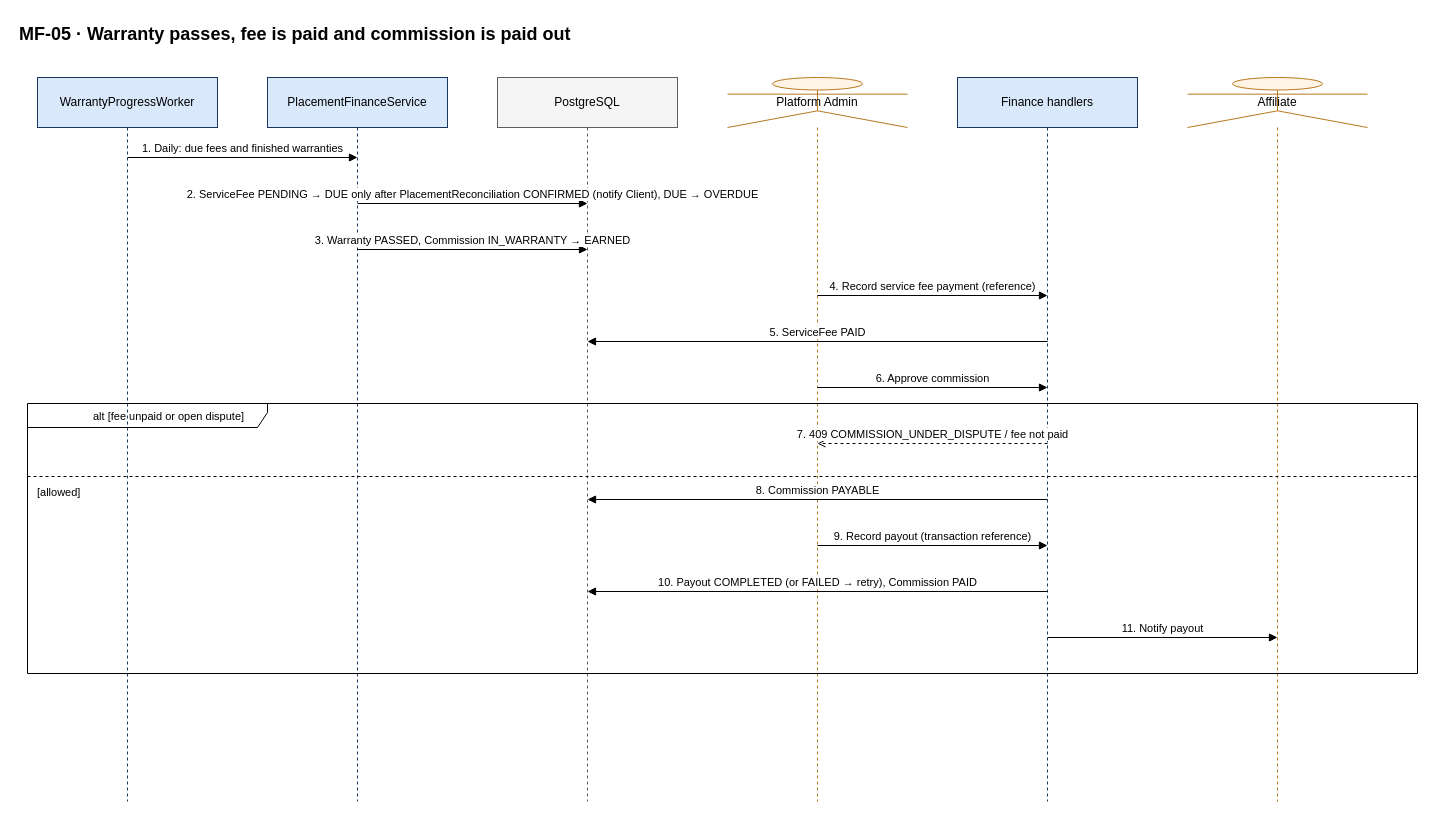
Above: docs/diagrams/sequences/source/seq-mf05-warranty-fee-commission.drawio in hoangqui794/hr-connect (draw.io), before the change. Source tidied: cells renumbered, new cells numbered last; positions are measured from the earlier drawing's top-left corner, leaving out a move shared by most shapes. Both pictures are drawn from the tidied source at 100%, with x=0, y=0 at pixel (17, 17).
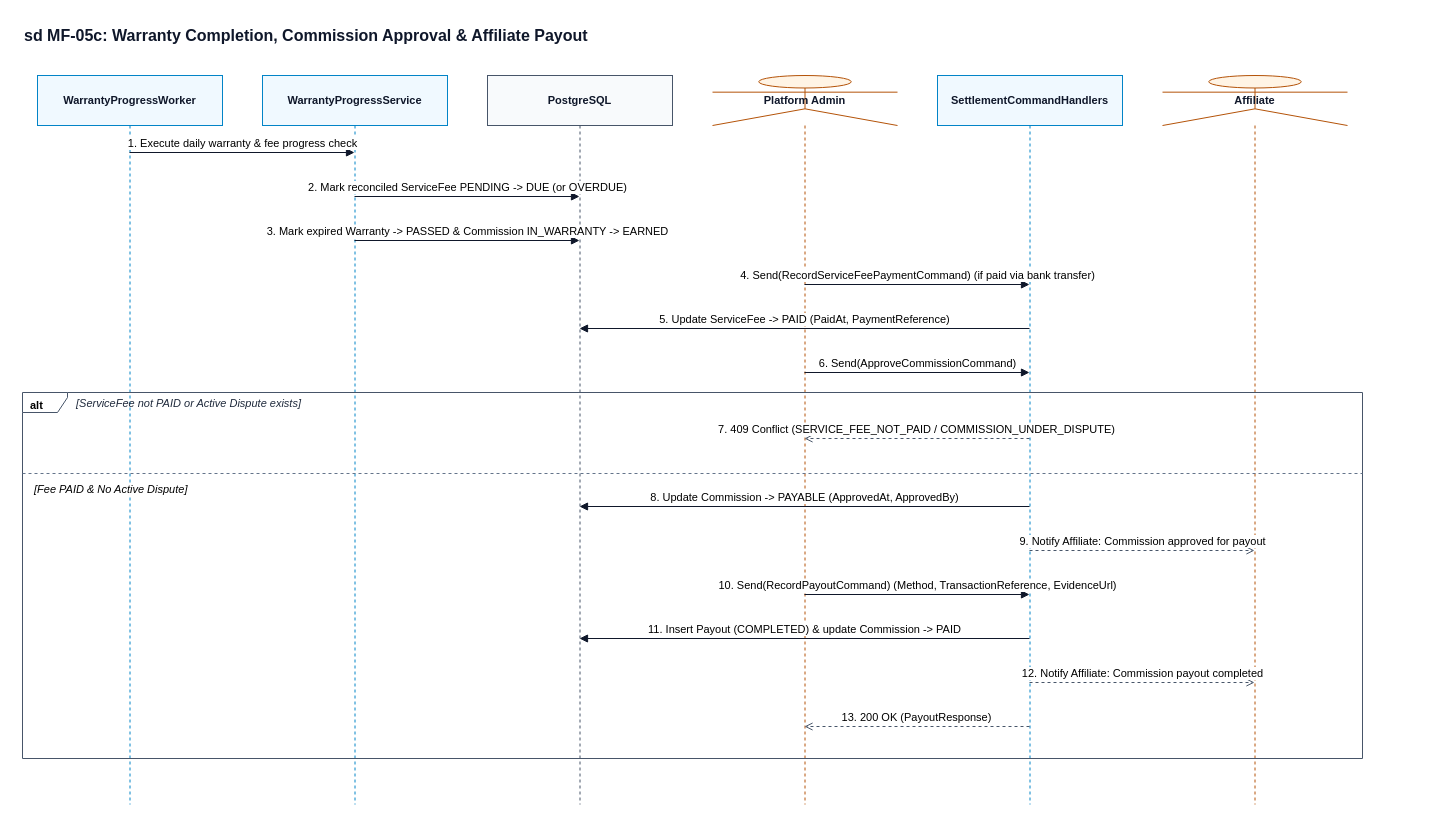
Above is the later version.

Diff of the diagram source:
```diff
@@
-    <mxCell id="2" value="MF-05 · Warranty passes, fee is paid and commission is paid out" style="text;html=1;fontSize=18;fontStyle=1;align=left;" parent="1" vertex="1">
-      <mxGeometry width="1420" height="30" as="geometry" />
+    <mxCell id="2" value="sd MF-05c: Warranty Completion, Commission Approval &amp; Affiliate Payout" style="text;html=1;fontSize=16;fontStyle=1;align=left;fontFamily=Helvetica;fontColor=#0F172A;" parent="1" vertex="1">
+      <mxGeometry x="5" y="2" width="1350" height="28" as="geometry" />
     </mxCell>
-    <mxCell id="3" value="WarrantyProgressWorker" style="shape=umlLifeline;perimeter=lifelinePerimeter;whiteSpace=wrap;html=1;size=50;fillColor=#DAE8FC;strokeColor=#1B365D;" parent="1" vertex="1">
-      <mxGeometry x="20" y="60" width="180" height="724" as="geometry" />
+    <mxCell id="3" value="WarrantyProgressWorker" style="shape=umlLifeline;perimeter=lifelinePerimeter;whiteSpace=wrap;html=1;size=50;fillColor=#F0F9FF;strokeColor=#0284C7;fontStyle=1;fontSize=11;fontFamily=Helvetica;fontColor=#0F172A;" parent="1" vertex="1">
+      <mxGeometry x="20" y="58" width="185" height="729" as="geometry" />
     </mxCell>
-    <mxCell id="4" value="PlacementFinanceService" style="shape=umlLifeline;perimeter=lifelinePerimeter;whiteSpace=wrap;html=1;size=50;fillColor=#DAE8FC;strokeColor=#1B365D;" parent="1" vertex="1">
-      <mxGeometry x="250" y="60" width="180" height="724" as="geometry" />
-    </mxCell>
+    <mxCell id="22" value="WarrantyProgressService" style="shape=umlLifeline;perimeter=lifelinePerimeter;whiteSpace=wrap;html=1;size=50;fillColor=#F0F9FF;strokeColor=#0284C7;fontStyle=1;fontSize=11;fontFamily=Helvetica;fontColor=#0F172A;" parent="1" vertex="1">
+      <mxGeometry x="245" y="58" width="185" height="729" as="geometry" />
+    </mxCell>
-    <mxCell id="5" value="PostgreSQL" style="shape=umlLifeline;perimeter=lifelinePerimeter;whiteSpace=wrap;html=1;size=50;fillColor=#F5F5F5;strokeColor=#5F5E5A;" parent="1" vertex="1">
-      <mxGeometry x="480" y="60" width="180" height="724" as="geometry" />
+    <mxCell id="5" value="PostgreSQL" style="shape=umlLifeline;perimeter=lifelinePerimeter;whiteSpace=wrap;html=1;size=50;fillColor=#F8FAFC;strokeColor=#475569;fontStyle=1;fontSize=11;fontFamily=Helvetica;fontColor=#0F172A;" parent="1" vertex="1">
+      <mxGeometry x="470" y="58" width="185" height="729" as="geometry" />
     </mxCell>
-    <mxCell id="6" value="Platform Admin" style="shape=umlLifeline;participant=umlActor;perimeter=lifelinePerimeter;whiteSpace=wrap;html=1;size=50;fillColor=#FFF4E5;strokeColor=#B7791F;" parent="1" vertex="1">
-      <mxGeometry x="710" y="60" width="180" height="724" as="geometry" />
+    <mxCell id="6" value="Platform Admin" style="shape=umlLifeline;participant=umlActor;perimeter=lifelinePerimeter;whiteSpace=wrap;html=1;size=50;fillColor=#FFF4E5;strokeColor=#B45309;fontStyle=1;fontSize=11;fontFamily=Helvetica;fontColor=#0F172A;" parent="1" vertex="1">
+      <mxGeometry x="695" y="58" width="185" height="729" as="geometry" />
     </mxCell>
-    <mxCell id="7" value="Finance handlers" style="shape=umlLifeline;perimeter=lifelinePerimeter;whiteSpace=wrap;html=1;size=50;fillColor=#DAE8FC;strokeColor=#1B365D;" parent="1" vertex="1">
-      <mxGeometry x="940" y="60" width="180" height="724" as="geometry" />
+    <mxCell id="7" value="SettlementCommandHandlers" style="shape=umlLifeline;perimeter=lifelinePerimeter;whiteSpace=wrap;html=1;size=50;fillColor=#F0F9FF;strokeColor=#0284C7;fontStyle=1;fontSize=11;fontFamily=Helvetica;fontColor=#0F172A;" parent="1" vertex="1">
+      <mxGeometry x="920" y="58" width="185" height="729" as="geometry" />
     </mxCell>
-    <mxCell id="8" value="Affiliate" style="shape=umlLifeline;participant=umlActor;perimeter=lifelinePerimeter;whiteSpace=wrap;html=1;size=50;fillColor=#FFF4E5;strokeColor=#B7791F;" parent="1" vertex="1">
-      <mxGeometry x="1170" y="60" width="180" height="724" as="geometry" />
+    <mxCell id="8" value="Affiliate" style="shape=umlLifeline;participant=umlActor;perimeter=lifelinePerimeter;whiteSpace=wrap;html=1;size=50;fillColor=#FFF4E5;strokeColor=#B45309;fontStyle=1;fontSize=11;fontFamily=Helvetica;fontColor=#0F172A;" parent="1" vertex="1">
+      <mxGeometry x="1145" y="58" width="185" height="729" as="geometry" />
     </mxCell>
-    <mxCell id="9" value="1. Daily: due fees and finished warranties" style="html=1;verticalAlign=bottom;endArrow=block;endFill=1;fontSize=11;labelBackgroundColor=#FFFFFF;" parent="1" edge="1">
-      <mxGeometry relative="1" as="geometry">
-        <mxPoint x="110" y="140" as="sourcePoint" />
-        <mxPoint x="340" y="140" as="targetPoint" />
-      </mxGeometry>
-    </mxCell>
-    <mxCell id="10" value="2. ServiceFee PENDING → DUE only after PlacementReconciliation CONFIRMED (notify Client), DUE → OVERDUE" style="html=1;verticalAlign=bottom;endArrow=block;endFill=1;fontSize=11;labelBackgroundColor=#FFFFFF;" parent="1" edge="1">
-      <mxGeometry relative="1" as="geometry">
-        <mxPoint x="340" y="186" as="sourcePoint" />
-        <mxPoint x="570" y="186" as="targetPoint" />
-      </mxGeometry>
-    </mxCell>
-    <mxCell id="11" value="3. Warranty PASSED, Commission IN_WARRANTY → EARNED" style="html=1;verticalAlign=bottom;endArrow=block;endFill=1;fontSize=11;labelBackgroundColor=#FFFFFF;" parent="1" edge="1">
-      <mxGeometry relative="1" as="geometry">
-        <mxPoint x="340" y="232" as="sourcePoint" />
-        <mxPoint x="570" y="232" as="targetPoint" />
-      </mxGeometry>
-    </mxCell>
-    <mxCell id="12" value="4. Record service fee payment (reference)" style="html=1;verticalAlign=bottom;endArrow=block;endFill=1;fontSize=11;labelBackgroundColor=#FFFFFF;" parent="1" edge="1">
-      <mxGeometry relative="1" as="geometry">
-        <mxPoint x="800" y="278" as="sourcePoint" />
-        <mxPoint x="1030" y="278" as="targetPoint" />
-      </mxGeometry>
-    </mxCell>
-    <mxCell id="13" value="5. ServiceFee PAID" style="html=1;verticalAlign=bottom;endArrow=block;endFill=1;fontSize=11;labelBackgroundColor=#FFFFFF;" parent="1" edge="1">
-      <mxGeometry relative="1" as="geometry">
-        <mxPoint x="1030" y="324" as="sourcePoint" />
-        <mxPoint x="570" y="324" as="targetPoint" />
-      </mxGeometry>
-    </mxCell>
-    <mxCell id="14" value="6. Approve commission" style="html=1;verticalAlign=bottom;endArrow=block;endFill=1;fontSize=11;labelBackgroundColor=#FFFFFF;" parent="1" edge="1">
-      <mxGeometry relative="1" as="geometry">
-        <mxPoint x="800" y="370" as="sourcePoint" />
-        <mxPoint x="1030" y="370" as="targetPoint" />
-      </mxGeometry>
-    </mxCell>
-    <mxCell id="15" value="7. 409 COMMISSION_UNDER_DISPUTE / fee not paid" style="html=1;verticalAlign=bottom;dashed=1;endArrow=open;fontSize=11;labelBackgroundColor=#FFFFFF;" parent="1" edge="1">
-      <mxGeometry relative="1" as="geometry">
-        <mxPoint x="1030" y="426" as="sourcePoint" />
-        <mxPoint x="800" y="426" as="targetPoint" />
-      </mxGeometry>
-    </mxCell>
-    <mxCell id="16" value="8. Commission PAYABLE" style="html=1;verticalAlign=bottom;endArrow=block;endFill=1;fontSize=11;labelBackgroundColor=#FFFFFF;" parent="1" edge="1">
-      <mxGeometry relative="1" as="geometry">
-        <mxPoint x="1030" y="482" as="sourcePoint" />
-        <mxPoint x="570" y="482" as="targetPoint" />
-      </mxGeometry>
-    </mxCell>
-    <mxCell id="17" value="9. Record payout (transaction reference)" style="html=1;verticalAlign=bottom;endArrow=block;endFill=1;fontSize=11;labelBackgroundColor=#FFFFFF;" parent="1" edge="1">
-      <mxGeometry relative="1" as="geometry">
-        <mxPoint x="800" y="528" as="sourcePoint" />
-        <mxPoint x="1030" y="528" as="targetPoint" />
-      </mxGeometry>
-    </mxCell>
-    <mxCell id="18" value="10. Payout COMPLETED (or FAILED → retry), Commission PAID" style="html=1;verticalAlign=bottom;endArrow=block;endFill=1;fontSize=11;labelBackgroundColor=#FFFFFF;" parent="1" edge="1">
-      <mxGeometry relative="1" as="geometry">
-        <mxPoint x="1030" y="574" as="sourcePoint" />
-        <mxPoint x="570" y="574" as="targetPoint" />
-      </mxGeometry>
-    </mxCell>
-    <mxCell id="19" value="11. Notify payout" style="html=1;verticalAlign=bottom;endArrow=block;endFill=1;fontSize=11;labelBackgroundColor=#FFFFFF;" parent="1" edge="1">
-      <mxGeometry relative="1" as="geometry">
-        <mxPoint x="1030" y="620" as="sourcePoint" />
-        <mxPoint x="1260" y="620" as="targetPoint" />
-      </mxGeometry>
-    </mxCell>
-    <mxCell id="20" value="alt [fee unpaid or open dispute]" style="shape=umlFrame;whiteSpace=wrap;html=1;width=240;height=24;boundedLbl=1;verticalAlign=top;align=left;spacingLeft=64;fontSize=11;fillColor=none;" parent="1" vertex="1">
-      <mxGeometry x="10" y="386" width="1390" height="270" as="geometry" />
-    </mxCell>
-    <mxCell id="21" value="[allowed]" style="line;strokeWidth=1;dashed=1;html=1;align=left;verticalAlign=top;spacingLeft=8;labelPosition=center;fontSize=11;fillColor=none;" parent="1" vertex="1">
-      <mxGeometry x="10" y="454" width="1390" height="10" as="geometry" />
-    </mxCell>
+    <mxCell id="23" value="alt" style="shape=umlFrame;whiteSpace=wrap;html=1;width=45;height=20;boundedLbl=1;verticalAlign=top;align=left;spacingLeft=6;fontStyle=1;fontSize=11;fontFamily=Helvetica;fillColor=none;strokeColor=#475569;" parent="1" vertex="1">
+      <mxGeometry x="5" y="375" width="1340" height="366" as="geometry" />
+    </mxCell>
+    <mxCell id="24" value="[ServiceFee not PAID or Active Dispute exists]" style="text;html=1;align=left;verticalAlign=middle;fontStyle=2;fontSize=11;fontFamily=Helvetica;fontColor=#1E293B;" parent="1" vertex="1">
+      <mxGeometry x="57" y="376" width="450" height="20" as="geometry" />
+    </mxCell>
+    <mxCell id="25" value="[Fee PAID &amp; No Active Dispute]" style="line;strokeWidth=1;dashed=1;html=1;align=left;verticalAlign=top;spacingLeft=10;labelPosition=center;fontStyle=2;fontSize=11;fontFamily=Helvetica;fillColor=none;strokeColor=#64748B;labelBackgroundColor=#FFFFFF;" parent="1" vertex="1">
+      <mxGeometry x="5" y="451" width="1340" height="10" as="geometry" />
+    </mxCell>
+    <mxCell id="26" value="1. Execute daily warranty &amp; fee progress check" style="html=1;verticalAlign=bottom;endArrow=block;endFill=1;strokeColor=#0F172A;fontSize=11;fontFamily=Helvetica;labelBackgroundColor=#FFFFFF;" parent="1" edge="1">
+      <mxGeometry relative="1" as="geometry">
+        <mxPoint x="112" y="135" as="sourcePoint" />
+        <mxPoint x="337" y="135" as="targetPoint" />
+      </mxGeometry>
+    </mxCell>
+    <mxCell id="27" value="2. Mark reconciled ServiceFee PENDING -&gt; DUE (or OVERDUE)" style="html=1;verticalAlign=bottom;endArrow=block;endFill=1;strokeColor=#0F172A;fontSize=11;fontFamily=Helvetica;labelBackgroundColor=#FFFFFF;" parent="1" edge="1">
+      <mxGeometry relative="1" as="geometry">
+        <mxPoint x="337" y="179" as="sourcePoint" />
+        <mxPoint x="562" y="179" as="targetPoint" />
+      </mxGeometry>
+    </mxCell>
+    <mxCell id="28" value="3. Mark expired Warranty -&gt; PASSED &amp; Commission IN_WARRANTY -&gt; EARNED" style="html=1;verticalAlign=bottom;endArrow=block;endFill=1;strokeColor=#0F172A;fontSize=11;fontFamily=Helvetica;labelBackgroundColor=#FFFFFF;" parent="1" edge="1">
+      <mxGeometry relative="1" as="geometry">
+        <mxPoint x="337" y="223" as="sourcePoint" />
+        <mxPoint x="562" y="223" as="targetPoint" />
+      </mxGeometry>
+    </mxCell>
+    <mxCell id="29" value="4. Send(RecordServiceFeePaymentCommand) (if paid via bank transfer)" style="html=1;verticalAlign=bottom;endArrow=block;endFill=1;strokeColor=#0F172A;fontSize=11;fontFamily=Helvetica;labelBackgroundColor=#FFFFFF;" parent="1" edge="1">
+      <mxGeometry relative="1" as="geometry">
+        <mxPoint x="787" y="267" as="sourcePoint" />
+        <mxPoint x="1012" y="267" as="targetPoint" />
+      </mxGeometry>
+    </mxCell>
+    <mxCell id="30" value="5. Update ServiceFee -&gt; PAID (PaidAt, PaymentReference)" style="html=1;verticalAlign=bottom;endArrow=block;endFill=1;strokeColor=#0F172A;fontSize=11;fontFamily=Helvetica;labelBackgroundColor=#FFFFFF;" parent="1" edge="1">
+      <mxGeometry relative="1" as="geometry">
+        <mxPoint x="1012" y="311" as="sourcePoint" />
+        <mxPoint x="562" y="311" as="targetPoint" />
+      </mxGeometry>
+    </mxCell>
+    <mxCell id="31" value="6. Send(ApproveCommissionCommand)" style="html=1;verticalAlign=bottom;endArrow=block;endFill=1;strokeColor=#0F172A;fontSize=11;fontFamily=Helvetica;labelBackgroundColor=#FFFFFF;" parent="1" edge="1">
+      <mxGeometry relative="1" as="geometry">
+        <mxPoint x="787" y="355" as="sourcePoint" />
+        <mxPoint x="1012" y="355" as="targetPoint" />
+      </mxGeometry>
+    </mxCell>
+    <mxCell id="32" value="7. 409 Conflict (SERVICE_FEE_NOT_PAID / COMMISSION_UNDER_DISPUTE)" style="html=1;verticalAlign=bottom;dashed=1;endArrow=open;endFill=0;strokeColor=#475569;fontSize=11;fontFamily=Helvetica;labelBackgroundColor=#FFFFFF;" parent="1" edge="1">
+      <mxGeometry relative="1" as="geometry">
+        <mxPoint x="1012" y="421" as="sourcePoint" />
+        <mxPoint x="787" y="421" as="targetPoint" />
+      </mxGeometry>
+    </mxCell>
+    <mxCell id="33" value="8. Update Commission -&gt; PAYABLE (ApprovedAt, ApprovedBy)" style="html=1;verticalAlign=bottom;endArrow=block;endFill=1;strokeColor=#0F172A;fontSize=11;fontFamily=Helvetica;labelBackgroundColor=#FFFFFF;" parent="1" edge="1">
+      <mxGeometry relative="1" as="geometry">
+        <mxPoint x="1012" y="489" as="sourcePoint" />
+        <mxPoint x="562" y="489" as="targetPoint" />
+      </mxGeometry>
+    </mxCell>
+    <mxCell id="34" value="9. Notify Affiliate: Commission approved for payout" style="html=1;verticalAlign=bottom;dashed=1;endArrow=open;endFill=0;strokeColor=#475569;fontSize=11;fontFamily=Helvetica;labelBackgroundColor=#FFFFFF;" parent="1" edge="1">
+      <mxGeometry relative="1" as="geometry">
+        <mxPoint x="1012" y="533" as="sourcePoint" />
+        <mxPoint x="1237" y="533" as="targetPoint" />
+      </mxGeometry>
+    </mxCell>
+    <mxCell id="35" value="10. Send(RecordPayoutCommand) (Method, TransactionReference, EvidenceUrl)" style="html=1;verticalAlign=bottom;endArrow=block;endFill=1;strokeColor=#0F172A;fontSize=11;fontFamily=Helvetica;labelBackgroundColor=#FFFFFF;" parent="1" edge="1">
+      <mxGeometry relative="1" as="geometry">
+        <mxPoint x="787" y="577" as="sourcePoint" />
+        <mxPoint x="1012" y="577" as="targetPoint" />
+      </mxGeometry>
+    </mxCell>
+    <mxCell id="36" value="11. Insert Payout (COMPLETED) &amp; update Commission -&gt; PAID" style="html=1;verticalAlign=bottom;endArrow=block;endFill=1;strokeColor=#0F172A;fontSize=11;fontFamily=Helvetica;labelBackgroundColor=#FFFFFF;" parent="1" edge="1">
+      <mxGeometry relative="1" as="geometry">
+        <mxPoint x="1012" y="621" as="sourcePoint" />
+        <mxPoint x="562" y="621" as="targetPoint" />
+      </mxGeometry>
+    </mxCell>
+    <mxCell id="37" value="12. Notify Affiliate: Commission payout completed" style="html=1;verticalAlign=bottom;dashed=1;endArrow=open;endFill=0;strokeColor=#475569;fontSize=11;fontFamily=Helvetica;labelBackgroundColor=#FFFFFF;" parent="1" edge="1">
+      <mxGeometry relative="1" as="geometry">
+        <mxPoint x="1012" y="665" as="sourcePoint" />
+        <mxPoint x="1237" y="665" as="targetPoint" />
+      </mxGeometry>
+    </mxCell>
+    <mxCell id="38" value="13. 200 OK (PayoutResponse)" style="html=1;verticalAlign=bottom;dashed=1;endArrow=open;endFill=0;strokeColor=#475569;fontSize=11;fontFamily=Helvetica;labelBackgroundColor=#FFFFFF;" parent="1" edge="1">
+      <mxGeometry relative="1" as="geometry">
+        <mxPoint x="1012" y="709" as="sourcePoint" />
+        <mxPoint x="787" y="709" as="targetPoint" />
+      </mxGeometry>
+    </mxCell>
```
